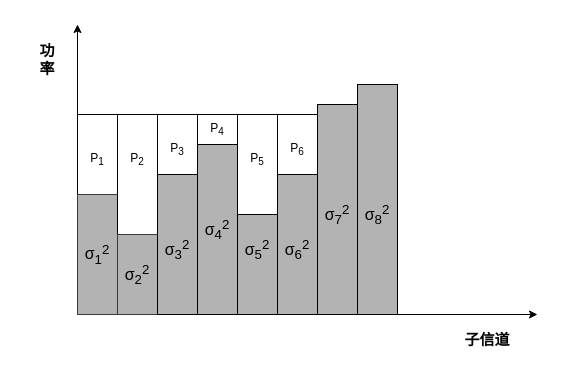
This is Diagram4.drawio from jianjian-AI/Hello-Github, a draw.io file, before an edit. Source tidied: cells renumbered, new cells numbered last; positions are measured from the earlier drawing's top-left corner, leaving out a move shared by most shapes. Both pictures are drawn from the tidied source at 100%, with x=0, y=0 at pixel (17, 24).
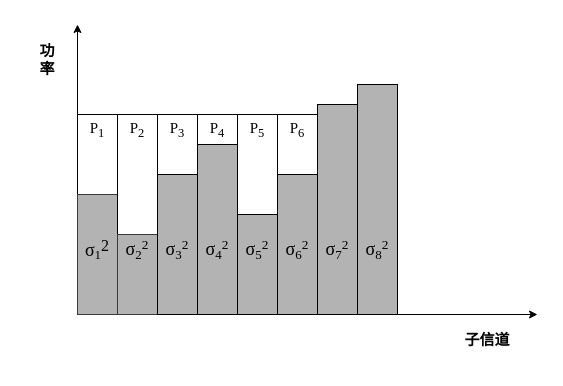
After the change.

What changed in the source:
```diff
@@
-    <mxCell id="6" value="&lt;span style=&quot;font-size: 12pt&quot;&gt;σ&lt;span lang=&quot;EN-US&quot;&gt;&lt;sub&gt;1&lt;/sub&gt;&lt;sup&gt;2&lt;/sup&gt;&lt;/span&gt;&lt;/span&gt;" style="text;html=1;strokeColor=none;fillColor=none;align=center;verticalAlign=middle;whiteSpace=wrap;rounded=0;shadow=0;glass=0;sketch=0;" parent="1" vertex="1">
-      <mxGeometry x="50" y="215" width="60" height="30" as="geometry" />
+    <mxCell id="6" value="&lt;pre&gt;&lt;font style=&quot;&quot; face=&quot;Times New Roman&quot;&gt;&lt;font style=&quot;font-size: 18px;&quot;&gt;σ&lt;/font&gt;&lt;span style=&quot;&quot; lang=&quot;EN-US&quot;&gt;&lt;sub style=&quot;&quot;&gt;&lt;font style=&quot;font-size: 13px;&quot;&gt;1&lt;/font&gt;&lt;/sub&gt;&lt;sup style=&quot;font-size: 12pt;&quot;&gt;2&lt;/sup&gt;&lt;/span&gt;&lt;/font&gt;&lt;/pre&gt;" style="text;html=1;strokeColor=none;fillColor=none;align=center;verticalAlign=middle;whiteSpace=wrap;rounded=0;shadow=0;glass=0;sketch=0;" parent="1" vertex="1">
+      <mxGeometry x="50" y="210" width="60" height="30" as="geometry" />
     </mxCell>
-    <mxCell id="7" value="P&lt;sub&gt;1&lt;/sub&gt;" style="text;html=1;strokeColor=none;fillColor=none;align=center;verticalAlign=middle;whiteSpace=wrap;rounded=0;shadow=0;glass=0;sketch=0;" parent="1" vertex="1">
-      <mxGeometry x="50" y="120" width="60" height="30" as="geometry" />
+    <mxCell id="7" value="&lt;pre style=&quot;font-size: 15px;&quot;&gt;&lt;font style=&quot;font-size: 15px;&quot; face=&quot;Times New Roman&quot;&gt;P&lt;sub&gt;1&lt;/sub&gt;&lt;/font&gt;&lt;/pre&gt;" style="text;html=1;strokeColor=none;fillColor=none;align=center;verticalAlign=middle;whiteSpace=wrap;rounded=0;shadow=0;glass=0;sketch=0;" parent="1" vertex="1">
+      <mxGeometry x="50" y="90" width="60" height="30" as="geometry" />
     </mxCell>
@@
-    <mxCell id="10" value="&lt;span style=&quot;font-size: 12pt&quot;&gt;σ&lt;sub&gt;2&lt;/sub&gt;&lt;span lang=&quot;EN-US&quot;&gt;&lt;sup&gt;2&lt;/sup&gt;&lt;/span&gt;&lt;/span&gt;" style="text;html=1;strokeColor=none;fillColor=none;align=center;verticalAlign=middle;whiteSpace=wrap;rounded=0;shadow=0;glass=0;sketch=0;" parent="1" vertex="1">
-      <mxGeometry x="90" y="235" width="60" height="30" as="geometry" />
+    <mxCell id="10" value="&lt;pre&gt;&lt;font style=&quot;&quot; face=&quot;Times New Roman&quot;&gt;&lt;font style=&quot;font-size: 18px;&quot;&gt;σ&lt;/font&gt;&lt;sub style=&quot;&quot;&gt;&lt;font style=&quot;font-size: 13px;&quot;&gt;2&lt;/font&gt;&lt;/sub&gt;&lt;span style=&quot;font-size: 12pt;&quot; lang=&quot;EN-US&quot;&gt;&lt;sup&gt;2&lt;/sup&gt;&lt;/span&gt;&lt;/font&gt;&lt;/pre&gt;" style="text;html=1;strokeColor=none;fillColor=none;align=center;verticalAlign=middle;whiteSpace=wrap;rounded=0;shadow=0;glass=0;sketch=0;" parent="1" vertex="1">
+      <mxGeometry x="90" y="210" width="60" height="30" as="geometry" />
     </mxCell>
-    <mxCell id="11" value="P&lt;sub&gt;2&lt;/sub&gt;" style="text;html=1;strokeColor=none;fillColor=none;align=center;verticalAlign=middle;whiteSpace=wrap;rounded=0;shadow=0;glass=0;sketch=0;" parent="1" vertex="1">
-      <mxGeometry x="90" y="120" width="60" height="30" as="geometry" />
+    <mxCell id="11" value="&lt;pre style=&quot;font-size: 15px;&quot;&gt;&lt;font style=&quot;font-size: 15px;&quot; face=&quot;Times New Roman&quot;&gt;P&lt;sub&gt;2&lt;/sub&gt;&lt;/font&gt;&lt;/pre&gt;" style="text;html=1;strokeColor=none;fillColor=none;align=center;verticalAlign=middle;whiteSpace=wrap;rounded=0;shadow=0;glass=0;sketch=0;" parent="1" vertex="1">
+      <mxGeometry x="90" y="90" width="60" height="30" as="geometry" />
     </mxCell>
@@
-    <mxCell id="14" value="&lt;span style=&quot;font-size: 12pt&quot;&gt;σ&lt;sub&gt;3&lt;/sub&gt;&lt;span lang=&quot;EN-US&quot;&gt;&lt;sup&gt;2&lt;/sup&gt;&lt;/span&gt;&lt;/span&gt;" style="text;html=1;strokeColor=none;fillColor=none;align=center;verticalAlign=middle;whiteSpace=wrap;rounded=0;shadow=0;glass=0;sketch=0;" parent="1" vertex="1">
+    <mxCell id="14" value="&lt;pre&gt;&lt;font style=&quot;&quot; face=&quot;Times New Roman&quot;&gt;&lt;font style=&quot;font-size: 18px;&quot;&gt;σ&lt;/font&gt;&lt;sub style=&quot;&quot;&gt;&lt;font style=&quot;font-size: 13px;&quot;&gt;3&lt;/font&gt;&lt;/sub&gt;&lt;span style=&quot;font-size: 12pt;&quot; lang=&quot;EN-US&quot;&gt;&lt;sup&gt;2&lt;/sup&gt;&lt;/span&gt;&lt;/font&gt;&lt;/pre&gt;" style="text;html=1;strokeColor=none;fillColor=none;align=center;verticalAlign=middle;whiteSpace=wrap;rounded=0;shadow=0;glass=0;sketch=0;" parent="1" vertex="1">
       <mxGeometry x="130" y="210" width="60" height="30" as="geometry" />
     </mxCell>
-    <mxCell id="15" value="P&lt;sub&gt;3&lt;/sub&gt;" style="text;html=1;strokeColor=none;fillColor=none;align=center;verticalAlign=middle;whiteSpace=wrap;rounded=0;shadow=0;glass=0;sketch=0;" parent="1" vertex="1">
-      <mxGeometry x="130" y="110" width="60" height="30" as="geometry" />
+    <mxCell id="15" value="&lt;pre style=&quot;font-size: 15px;&quot;&gt;&lt;font style=&quot;font-size: 15px;&quot; face=&quot;Times New Roman&quot;&gt;P&lt;sub&gt;3&lt;/sub&gt;&lt;/font&gt;&lt;/pre&gt;" style="text;html=1;strokeColor=none;fillColor=none;align=center;verticalAlign=middle;whiteSpace=wrap;rounded=0;shadow=0;glass=0;sketch=0;" parent="1" vertex="1">
+      <mxGeometry x="130" y="90" width="60" height="30" as="geometry" />
     </mxCell>
@@
-    <mxCell id="18" value="P&lt;sub&gt;4&lt;/sub&gt;" style="text;html=1;strokeColor=none;fillColor=none;align=center;verticalAlign=middle;whiteSpace=wrap;rounded=0;shadow=0;glass=0;sketch=0;" parent="1" vertex="1">
+    <mxCell id="18" value="&lt;pre style=&quot;font-size: 15px;&quot;&gt;&lt;font style=&quot;font-size: 15px;&quot; face=&quot;Times New Roman&quot;&gt;P&lt;sub&gt;4&lt;/sub&gt;&lt;/font&gt;&lt;/pre&gt;" style="text;html=1;strokeColor=none;fillColor=none;align=center;verticalAlign=middle;whiteSpace=wrap;rounded=0;shadow=0;glass=0;sketch=0;" parent="1" vertex="1">
       <mxGeometry x="170" y="90" width="60" height="30" as="geometry" />
     </mxCell>
-    <mxCell id="19" value="&lt;span style=&quot;font-size: 12pt&quot;&gt;σ&lt;sub&gt;4&lt;/sub&gt;&lt;span lang=&quot;EN-US&quot;&gt;&lt;sup&gt;2&lt;/sup&gt;&lt;/span&gt;&lt;/span&gt;" style="text;html=1;strokeColor=none;fillColor=none;align=center;verticalAlign=middle;whiteSpace=wrap;rounded=0;shadow=0;glass=0;sketch=0;" parent="1" vertex="1">
-      <mxGeometry x="170" y="190" width="60" height="30" as="geometry" />
+    <mxCell id="19" value="&lt;pre&gt;&lt;font style=&quot;&quot; face=&quot;Times New Roman&quot;&gt;&lt;font style=&quot;font-size: 18px;&quot;&gt;σ&lt;/font&gt;&lt;sub style=&quot;&quot;&gt;&lt;font style=&quot;font-size: 13px;&quot;&gt;4&lt;/font&gt;&lt;/sub&gt;&lt;span style=&quot;font-size: 12pt;&quot; lang=&quot;EN-US&quot;&gt;&lt;sup&gt;2&lt;/sup&gt;&lt;/span&gt;&lt;/font&gt;&lt;/pre&gt;" style="text;html=1;strokeColor=none;fillColor=none;align=center;verticalAlign=middle;whiteSpace=wrap;rounded=0;shadow=0;glass=0;sketch=0;" parent="1" vertex="1">
+      <mxGeometry x="170" y="210" width="60" height="30" as="geometry" />
     </mxCell>
@@
-    <mxCell id="26" value="P&lt;sub&gt;5&lt;/sub&gt;" style="text;html=1;strokeColor=none;fillColor=none;align=center;verticalAlign=middle;whiteSpace=wrap;rounded=0;shadow=0;glass=0;sketch=0;" parent="1" vertex="1">
-      <mxGeometry x="210" y="120" width="60" height="30" as="geometry" />
+    <mxCell id="26" value="&lt;pre style=&quot;font-size: 15px;&quot;&gt;&lt;font style=&quot;font-size: 15px;&quot; face=&quot;Times New Roman&quot;&gt;P&lt;sub&gt;5&lt;/sub&gt;&lt;/font&gt;&lt;/pre&gt;" style="text;html=1;strokeColor=none;fillColor=none;align=center;verticalAlign=middle;whiteSpace=wrap;rounded=0;shadow=0;glass=0;sketch=0;" parent="1" vertex="1">
+      <mxGeometry x="210" y="90" width="60" height="30" as="geometry" />
     </mxCell>
-    <mxCell id="27" value="&lt;span style=&quot;font-size: 12pt&quot;&gt;σ&lt;sub&gt;5&lt;/sub&gt;&lt;span lang=&quot;EN-US&quot;&gt;&lt;sup&gt;2&lt;/sup&gt;&lt;/span&gt;&lt;/span&gt;" style="text;html=1;strokeColor=none;fillColor=none;align=center;verticalAlign=middle;whiteSpace=wrap;rounded=0;shadow=0;glass=0;sketch=0;" parent="1" vertex="1">
+    <mxCell id="27" value="&lt;pre&gt;&lt;font style=&quot;&quot; face=&quot;Times New Roman&quot;&gt;&lt;font style=&quot;font-size: 18px;&quot;&gt;σ&lt;/font&gt;&lt;sub style=&quot;&quot;&gt;&lt;font style=&quot;font-size: 13px;&quot;&gt;5&lt;/font&gt;&lt;/sub&gt;&lt;span style=&quot;font-size: 12pt;&quot; lang=&quot;EN-US&quot;&gt;&lt;sup&gt;2&lt;/sup&gt;&lt;/span&gt;&lt;/font&gt;&lt;/pre&gt;" style="text;html=1;strokeColor=none;fillColor=none;align=center;verticalAlign=middle;whiteSpace=wrap;rounded=0;shadow=0;glass=0;sketch=0;" parent="1" vertex="1">
       <mxGeometry x="210" y="210" width="60" height="30" as="geometry" />
     </mxCell>
-    <mxCell id="28" value="&lt;span style=&quot;font-size: 12pt&quot;&gt;σ&lt;sub&gt;6&lt;/sub&gt;&lt;span lang=&quot;EN-US&quot;&gt;&lt;sup&gt;2&lt;/sup&gt;&lt;/span&gt;&lt;/span&gt;" style="text;html=1;strokeColor=none;fillColor=none;align=center;verticalAlign=middle;whiteSpace=wrap;rounded=0;shadow=0;glass=0;sketch=0;" parent="1" vertex="1">
+    <mxCell id="28" value="&lt;pre&gt;&lt;font style=&quot;&quot; face=&quot;Times New Roman&quot;&gt;&lt;font style=&quot;font-size: 18px;&quot;&gt;σ&lt;/font&gt;&lt;sub style=&quot;&quot;&gt;&lt;font style=&quot;font-size: 13px;&quot;&gt;6&lt;/font&gt;&lt;/sub&gt;&lt;span style=&quot;font-size: 12pt;&quot; lang=&quot;EN-US&quot;&gt;&lt;sup&gt;2&lt;/sup&gt;&lt;/span&gt;&lt;/font&gt;&lt;/pre&gt;" style="text;html=1;strokeColor=none;fillColor=none;align=center;verticalAlign=middle;whiteSpace=wrap;rounded=0;shadow=0;glass=0;sketch=0;" parent="1" vertex="1">
       <mxGeometry x="250" y="210" width="60" height="30" as="geometry" />
     </mxCell>
-    <mxCell id="29" value="P&lt;sub&gt;6&lt;/sub&gt;" style="text;html=1;strokeColor=none;fillColor=none;align=center;verticalAlign=middle;whiteSpace=wrap;rounded=0;shadow=0;glass=0;sketch=0;" parent="1" vertex="1">
-      <mxGeometry x="250" y="110" width="60" height="30" as="geometry" />
+    <mxCell id="29" value="&lt;pre style=&quot;font-size: 15px;&quot;&gt;&lt;font style=&quot;font-size: 15px;&quot; face=&quot;Times New Roman&quot;&gt;P&lt;sub&gt;6&lt;/sub&gt;&lt;/font&gt;&lt;/pre&gt;" style="text;html=1;strokeColor=none;fillColor=none;align=center;verticalAlign=middle;whiteSpace=wrap;rounded=0;shadow=0;glass=0;sketch=0;" parent="1" vertex="1">
+      <mxGeometry x="250" y="90" width="60" height="30" as="geometry" />
     </mxCell>
-    <mxCell id="30" value="&lt;span style=&quot;font-size: 12pt&quot;&gt;σ&lt;sub&gt;7&lt;/sub&gt;&lt;span lang=&quot;EN-US&quot;&gt;&lt;sup&gt;2&lt;/sup&gt;&lt;/span&gt;&lt;/span&gt;" style="text;html=1;strokeColor=none;fillColor=none;align=center;verticalAlign=middle;whiteSpace=wrap;rounded=0;shadow=0;glass=0;sketch=0;" parent="1" vertex="1">
-      <mxGeometry x="290" y="175" width="60" height="30" as="geometry" />
+    <mxCell id="30" value="&lt;pre&gt;&lt;font style=&quot;&quot; face=&quot;Times New Roman&quot;&gt;&lt;font style=&quot;font-size: 18px;&quot;&gt;σ&lt;/font&gt;&lt;sub style=&quot;&quot;&gt;&lt;font style=&quot;font-size: 13px;&quot;&gt;7&lt;/font&gt;&lt;/sub&gt;&lt;span style=&quot;font-size: 12pt;&quot; lang=&quot;EN-US&quot;&gt;&lt;sup&gt;2&lt;/sup&gt;&lt;/span&gt;&lt;/font&gt;&lt;/pre&gt;" style="text;html=1;strokeColor=none;fillColor=none;align=center;verticalAlign=middle;whiteSpace=wrap;rounded=0;shadow=0;glass=0;sketch=0;" parent="1" vertex="1">
+      <mxGeometry x="290" y="210" width="60" height="30" as="geometry" />
     </mxCell>
-    <mxCell id="31" value="&lt;span style=&quot;font-size: 12pt&quot;&gt;σ&lt;sub&gt;8&lt;/sub&gt;&lt;span lang=&quot;EN-US&quot;&gt;&lt;sup&gt;2&lt;/sup&gt;&lt;/span&gt;&lt;/span&gt;" style="text;html=1;strokeColor=none;fillColor=none;align=center;verticalAlign=middle;whiteSpace=wrap;rounded=0;shadow=0;glass=0;sketch=0;" parent="1" vertex="1">
-      <mxGeometry x="330" y="175" width="60" height="30" as="geometry" />
+    <mxCell id="31" value="&lt;pre&gt;&lt;font style=&quot;&quot; face=&quot;Times New Roman&quot;&gt;&lt;font style=&quot;font-size: 18px;&quot;&gt;σ&lt;/font&gt;&lt;sub style=&quot;&quot;&gt;&lt;font style=&quot;font-size: 13px;&quot;&gt;8&lt;/font&gt;&lt;/sub&gt;&lt;span style=&quot;font-size: 12pt;&quot; lang=&quot;EN-US&quot;&gt;&lt;sup&gt;2&lt;/sup&gt;&lt;/span&gt;&lt;/font&gt;&lt;/pre&gt;" style="text;html=1;strokeColor=none;fillColor=none;align=center;verticalAlign=middle;whiteSpace=wrap;rounded=0;shadow=0;glass=0;sketch=0;" parent="1" vertex="1">
+      <mxGeometry x="330" y="210" width="60" height="30" as="geometry" />
     </mxCell>
```
